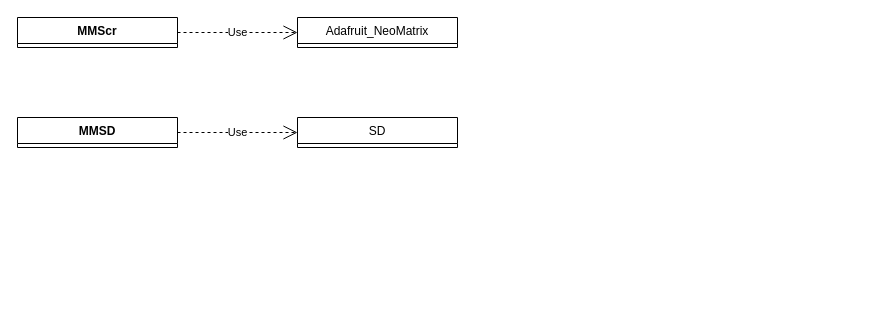
Earlier version of the draw.io diagram page "软件结构" (1 of 3) of doc/MagicMatrix.drawio (AaronMingCN/MagicMatrix). Source tidied: cells renumbered, new cells numbered last; positions are measured from the earlier drawing's top-left corner, leaving out a move shared by most shapes. Both pictures are drawn from the tidied source at 100%, with x=0, y=0 at pixel (17, 17).
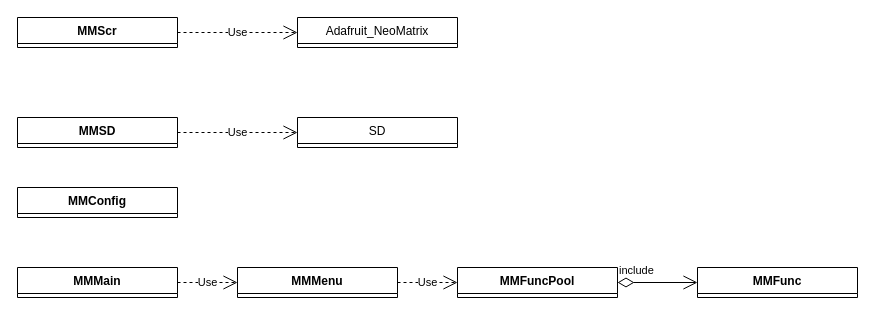
The same page after the edit.

The edit, as a diff of the source:
```diff
@@
 <mxGraphModel>
   <root>
     <mxCell id="0" />
     <mxCell id="1" parent="0" />
     <mxCell id="2" value="MMScr" style="swimlane;fontStyle=1;align=center;verticalAlign=top;horizontal=1;startSize=26;" parent="1" vertex="1" collapsed="1">
       <mxGeometry width="160" height="30" as="geometry" />
     </mxCell>
     <mxCell id="3" value="Use" style="endArrow=open;endSize=12;dashed=1;html=1;" parent="1" edge="1" source="2" target="4">
       <mxGeometry relative="1" as="geometry" />
     </mxCell>
     <mxCell id="4" value="Adafruit_NeoMatrix" style="swimlane;fontStyle=0;horizontal=1;startSize=26;fillColor=none;" parent="1" vertex="1" collapsed="1">
       <mxGeometry x="280" width="160" height="30" as="geometry" />
     </mxCell>
     <mxCell id="5" value="MMSD" style="swimlane;fontStyle=1;align=center;verticalAlign=top;horizontal=1;startSize=26;" parent="1" vertex="1" collapsed="1">
       <mxGeometry y="100" width="160" height="30" as="geometry" />
     </mxCell>
     <mxCell id="6" value="Use" style="endArrow=open;endSize=12;dashed=1;html=1;" parent="1" edge="1" source="5" target="7">
       <mxGeometry relative="1" as="geometry" />
     </mxCell>
     <mxCell id="7" value="SD" style="swimlane;fontStyle=0;horizontal=1;startSize=26;fillColor=none;" parent="1" vertex="1" collapsed="1">
       <mxGeometry x="280" y="100" width="160" height="30" as="geometry" />
     </mxCell>
+    <mxCell id="8" value="MMMain" style="swimlane;fontStyle=1;align=center;verticalAlign=top;horizontal=1;startSize=26;" parent="1" vertex="1" collapsed="1">
+      <mxGeometry y="250" width="160" height="30" as="geometry" />
+    </mxCell>
+    <mxCell id="9" value="MMMenu" style="swimlane;fontStyle=1;align=center;verticalAlign=top;horizontal=1;startSize=26;" parent="1" vertex="1" collapsed="1">
+      <mxGeometry x="220" y="250" width="160" height="30" as="geometry" />
+    </mxCell>
+    <mxCell id="10" value="MMFuncPool" style="swimlane;fontStyle=1;align=center;verticalAlign=top;horizontal=1;startSize=26;" parent="1" vertex="1" collapsed="1">
+      <mxGeometry x="440" y="250" width="160" height="30" as="geometry" />
+    </mxCell>
+    <mxCell id="11" value="MMFunc" style="swimlane;fontStyle=1;align=center;verticalAlign=top;horizontal=1;startSize=26;" parent="1" vertex="1" collapsed="1">
+      <mxGeometry x="680" y="250" width="160" height="30" as="geometry" />
+    </mxCell>
+    <mxCell id="12" value="MMConfig" style="swimlane;fontStyle=1;align=center;verticalAlign=top;horizontal=1;startSize=26;" parent="1" vertex="1" collapsed="1">
+      <mxGeometry y="170" width="160" height="30" as="geometry" />
+    </mxCell>
+    <mxCell id="13" value="Use" style="endArrow=open;endSize=12;dashed=1;html=1;" parent="1" edge="1" source="8" target="9">
+      <mxGeometry relative="1" as="geometry" />
+    </mxCell>
+    <mxCell id="14" value="Use" style="endArrow=open;endSize=12;dashed=1;html=1;" parent="1" edge="1" source="9" target="10">
+      <mxGeometry relative="1" as="geometry" />
+    </mxCell>
+    <mxCell id="15" value="include" style="endArrow=open;html=1;endSize=12;startArrow=diamondThin;startSize=14;startFill=0;edgeStyle=orthogonalEdgeStyle;align=left;verticalAlign=bottom;" parent="1" edge="1" source="10" target="11">
+      <mxGeometry x="-1" y="3" relative="1" as="geometry" />
+    </mxCell>
   </root>
 </mxGraphModel>
```
